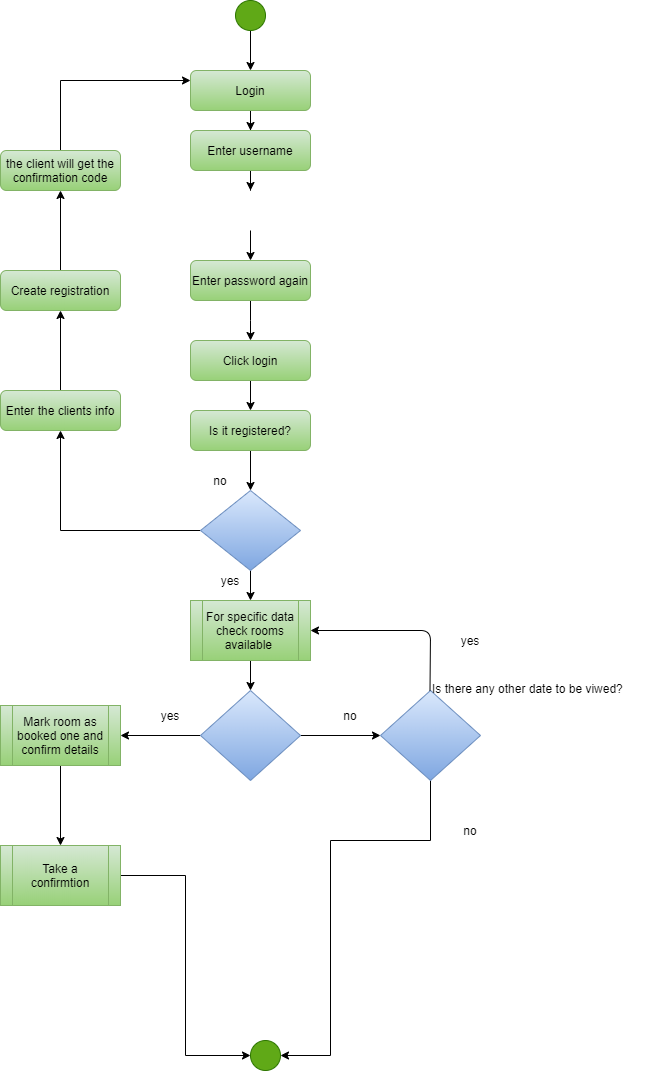
The draw.io diagram Final Diagrams/Activity Diagrams/AC_02.png in Sonja17/Hotel-Management-System, before a commit. Source tidied: cells renumbered, new cells last; positions are measured from the earlier drawing's top-left corner, leaving out a move shared by most shapes.
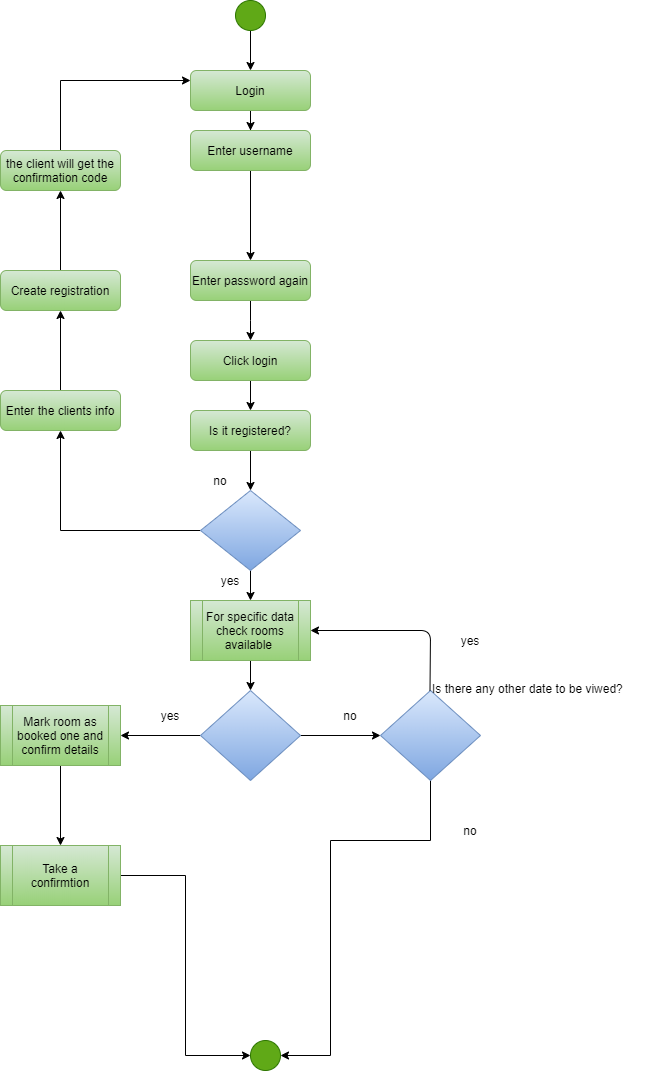
Later version of the same file.

Change to the diagram source:
```diff
@@ -10,20 +10,12 @@
     <mxCell id="3" value="Login" style="rounded=1;whiteSpace=wrap;html=1;fontSize=12;glass=0;strokeWidth=1;shadow=0;fillColor=#d5e8d4;strokeColor=#82b366;gradientColor=#97d077;" parent="1" vertex="1">
       <mxGeometry x="190" y="70" width="120" height="40" as="geometry" />
     </mxCell>
-    <mxCell id="4" style="edgeStyle=orthogonalEdgeStyle;rounded=0;jettySize=auto;html=1;" parent="1" edge="1" source="5">
-      <mxGeometry relative="1" as="geometry">
-        <mxPoint x="250" y="190" as="targetPoint" />
-      </mxGeometry>
+    <mxCell id="4" style="edgeStyle=orthogonalEdgeStyle;rounded=0;jettySize=auto;html=1;entryX=0.5;entryY=0;entryDx=0;entryDy=0;" parent="1" edge="1" source="5" target="8">
+      <mxGeometry relative="1" as="geometry" />
     </mxCell>
     <mxCell id="5" value="Enter username" style="rounded=1;whiteSpace=wrap;html=1;fontSize=12;glass=0;strokeWidth=1;shadow=0;fillColor=#d5e8d4;strokeColor=#82b366;gradientColor=#97d077;" parent="1" vertex="1">
       <mxGeometry x="190" y="130" width="120" height="40" as="geometry" />
     </mxCell>
-    <mxCell id="6" style="edgeStyle=orthogonalEdgeStyle;rounded=0;orthogonalLoop=1;jettySize=auto;html=1;" parent="1" edge="1">
-      <mxGeometry relative="1" as="geometry">
-        <mxPoint x="250" y="230" as="sourcePoint" />
-        <mxPoint x="250" y="260" as="targetPoint" />
-      </mxGeometry>
-    </mxCell>
     <mxCell id="7" style="edgeStyle=orthogonalEdgeStyle;rounded=0;jettySize=auto;html=1;" parent="1" edge="1" source="8">
       <mxGeometry relative="1" as="geometry">
         <mxPoint x="250" y="340" as="targetPoint" />
```
